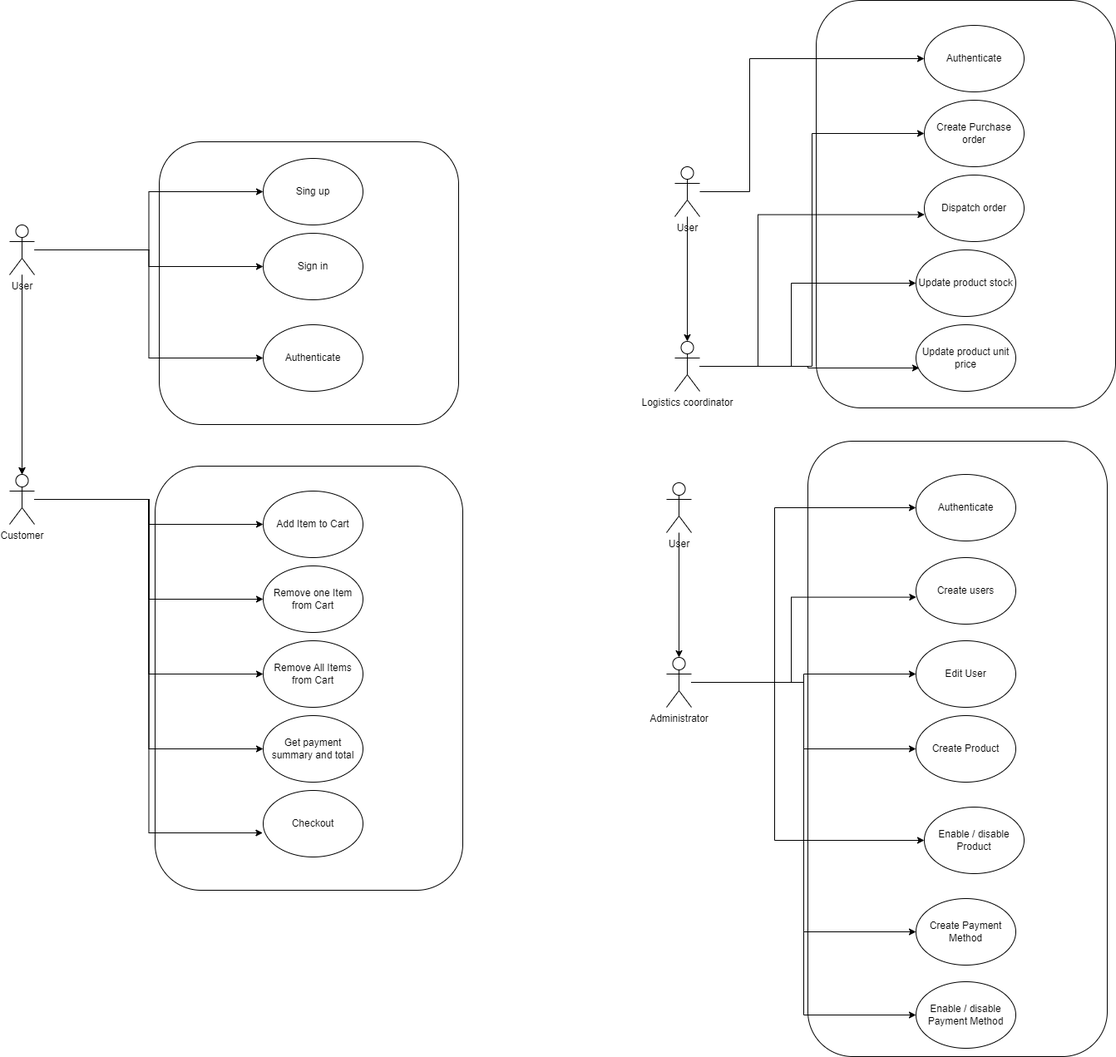
Above: src/main/resources/design/Shopping_cart_Actor.png in albertbolanoss/shopping-cart (draw.io), before the change. Source tidied: cells renumbered, new cells last; positions are measured from the earlier drawing's top-left corner, leaving out a move shared by most shapes.
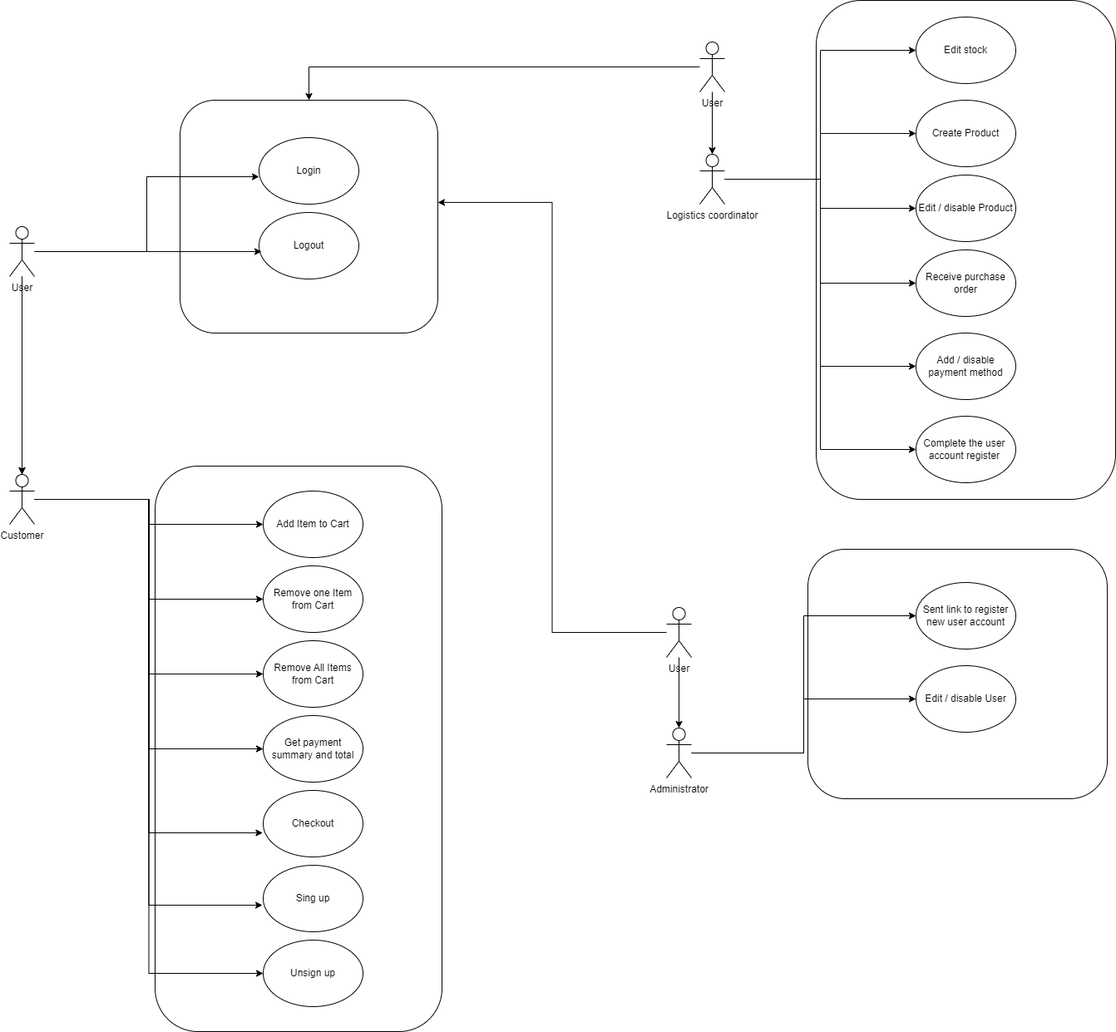
Later version of the same file.

Diff of the diagram source:
```diff
@@ -3,13 +3,13 @@
     <mxCell id="0" />
     <mxCell id="1" parent="0" />
     <mxCell id="2" style="rounded=1;whiteSpace=wrap;html=1;" parent="1" vertex="1">
-      <mxGeometry x="970" width="360" height="490" as="geometry" />
+      <mxGeometry x="970" width="360" height="600" as="geometry" />
     </mxCell>
     <mxCell id="3" style="rounded=1;whiteSpace=wrap;html=1;" parent="1" vertex="1">
-      <mxGeometry x="175" y="560" width="370" height="510" as="geometry" />
+      <mxGeometry x="175" y="560" width="345" height="680" as="geometry" />
     </mxCell>
     <mxCell id="4" style="rounded=1;whiteSpace=wrap;html=1;" parent="1" vertex="1">
-      <mxGeometry x="180" y="170" width="360" height="340" as="geometry" />
+      <mxGeometry x="205" y="120" width="310" height="280" as="geometry" />
     </mxCell>
     <mxCell id="5" style="edgeStyle=orthogonalEdgeStyle;rounded=0;jettySize=auto;html=1;" parent="1" edge="1" source="10" target="15">
       <mxGeometry relative="1" as="geometry" />
@@ -17,17 +17,8 @@
     <mxCell id="6" style="edgeStyle=orthogonalEdgeStyle;rounded=0;jettySize=auto;html=1;" parent="1" edge="1" source="10" target="15">
       <mxGeometry relative="1" as="geometry" />
     </mxCell>
-    <mxCell id="7" style="edgeStyle=orthogonalEdgeStyle;rounded=0;jettySize=auto;html=1;" parent="1" edge="1" source="10" target="16">
-      <mxGeometry relative="1" as="geometry" />
-    </mxCell>
-    <mxCell id="8" style="edgeStyle=orthogonalEdgeStyle;rounded=0;jettySize=auto;html=1;" parent="1" edge="1" source="10" target="17">
-      <mxGeometry relative="1" as="geometry" />
-    </mxCell>
-    <mxCell id="9" style="edgeStyle=orthogonalEdgeStyle;rounded=0;jettySize=auto;html=1;entryX=0;entryY=0.5;entryDx=0;entryDy=0;" parent="1" edge="1" source="10" target="18">
-      <mxGeometry relative="1" as="geometry" />
-    </mxCell>
     <mxCell id="10" value="User" style="shape=umlActor;verticalLabelPosition=bottom;verticalAlign=top;html=1;outlineConnect=0;" parent="1" vertex="1">
-      <mxGeometry y="270" width="30" height="60" as="geometry" />
+      <mxGeometry y="272" width="30" height="60" as="geometry" />
     </mxCell>
     <mxCell id="11" style="edgeStyle=orthogonalEdgeStyle;rounded=0;jettySize=auto;html=1;" parent="1" edge="1" source="15" target="19">
       <mxGeometry relative="1" as="geometry" />
@@ -41,18 +32,15 @@
     <mxCell id="14" style="edgeStyle=orthogonalEdgeStyle;rounded=0;jettySize=auto;html=1;entryX=0;entryY=0.5;entryDx=0;entryDy=0;" parent="1" edge="1" source="15" target="22">
       <mxGeometry relative="1" as="geometry" />
     </mxCell>
+    <mxCell id="56" style="edgeStyle=orthogonalEdgeStyle;rounded=0;jettySize=auto;html=1;entryX=0;entryY=0.5;entryDx=0;entryDy=0;" parent="1" edge="1" source="15" target="62">
+      <mxGeometry relative="1" as="geometry" />
+    </mxCell>
     <mxCell id="15" value="Customer&lt;div&gt;&lt;br&gt;&lt;/div&gt;" style="shape=umlActor;verticalLabelPosition=bottom;verticalAlign=top;html=1;outlineConnect=0;" parent="1" vertex="1">
       <mxGeometry y="570" width="30" height="60" as="geometry" />
     </mxCell>
     <mxCell id="16" value="Sing up" style="ellipse;whiteSpace=wrap;html=1;" parent="1" vertex="1">
-      <mxGeometry x="305" y="190" width="120" height="80" as="geometry" />
+      <mxGeometry x="305" y="1040" width="120" height="80" as="geometry" />
     </mxCell>
-    <mxCell id="17" value="Sign in" style="ellipse;whiteSpace=wrap;html=1;" parent="1" vertex="1">
-      <mxGeometry x="305" y="280" width="120" height="80" as="geometry" />
-    </mxCell>
-    <mxCell id="18" value="Authenticate" style="ellipse;whiteSpace=wrap;html=1;" parent="1" vertex="1">
-      <mxGeometry x="305" y="390" width="120" height="80" as="geometry" />
-    </mxCell>
     <mxCell id="19" value="Add Item to Cart" style="ellipse;whiteSpace=wrap;html=1;" parent="1" vertex="1">
       <mxGeometry x="305" y="590" width="120" height="80" as="geometry" />
     </mxCell>
@@ -74,125 +62,95 @@
     <mxCell id="25" style="edgeStyle=orthogonalEdgeStyle;rounded=0;jettySize=auto;html=1;" parent="1" edge="1" source="27" target="30">
       <mxGeometry relative="1" as="geometry" />
     </mxCell>
-    <mxCell id="26" style="edgeStyle=orthogonalEdgeStyle;rounded=0;jettySize=auto;html=1;entryX=0;entryY=0.5;entryDx=0;entryDy=0;" parent="1" edge="1" source="27" target="49">
-      <mxGeometry relative="1" as="geometry">
-        <Array as="points">
-          <mxPoint x="890" y="230" />
-          <mxPoint x="890" y="70" />
-        </Array>
-      </mxGeometry>
-    </mxCell>
+    <mxCell id="57" style="edgeStyle=orthogonalEdgeStyle;rounded=0;jettySize=auto;html=1;" parent="1" edge="1" source="27" target="4">
+      <mxGeometry relative="1" as="geometry" />
+    </mxCell>
     <mxCell id="27" value="User" style="shape=umlActor;verticalLabelPosition=bottom;verticalAlign=top;html=1;outlineConnect=0;" parent="1" vertex="1">
-      <mxGeometry x="800" y="200" width="30" height="60" as="geometry" />
+      <mxGeometry x="830" y="50" width="30" height="60" as="geometry" />
     </mxCell>
+    <mxCell id="33" style="edgeStyle=orthogonalEdgeStyle;rounded=0;jettySize=auto;html=1;entryX=0;entryY=0.5;entryDx=0;entryDy=0;" parent="1" edge="1" source="30" target="32">
+      <mxGeometry relative="1" as="geometry" />
+    </mxCell>
+    <mxCell id="58" style="edgeStyle=orthogonalEdgeStyle;rounded=0;jettySize=auto;html=1;entryX=0;entryY=0.5;entryDx=0;entryDy=0;" parent="1" edge="1" source="30" target="49">
+      <mxGeometry relative="1" as="geometry" />
+    </mxCell>
-    <mxCell id="28" style="edgeStyle=orthogonalEdgeStyle;rounded=0;jettySize=auto;html=1;entryX=0;entryY=0.5;entryDx=0;entryDy=0;" parent="1" edge="1" source="30" target="31">
+    <mxCell id="28" style="edgeStyle=orthogonalEdgeStyle;rounded=0;jettySize=auto;html=1;" parent="1" edge="1" source="30" target="31">
       <mxGeometry relative="1" as="geometry" />
     </mxCell>
     <mxCell id="29" style="edgeStyle=orthogonalEdgeStyle;rounded=0;jettySize=auto;html=1;entryX=0;entryY=0.5;entryDx=0;entryDy=0;" parent="1" edge="1" source="30" target="34">
-      <mxGeometry relative="1" as="geometry">
-        <Array as="points">
-          <mxPoint x="940" y="440" />
-          <mxPoint x="940" y="340" />
-        </Array>
-      </mxGeometry>
+      <mxGeometry relative="1" as="geometry" />
     </mxCell>
+    <mxCell id="59" style="edgeStyle=orthogonalEdgeStyle;rounded=0;jettySize=auto;html=1;entryX=0;entryY=0.5;entryDx=0;entryDy=0;" parent="1" edge="1" source="30" target="68">
+      <mxGeometry relative="1" as="geometry" />
+    </mxCell>
+    <mxCell id="60" style="edgeStyle=orthogonalEdgeStyle;rounded=0;jettySize=auto;html=1;entryX=0;entryY=0.5;entryDx=0;entryDy=0;" parent="1" edge="1" source="30" target="69">
+      <mxGeometry relative="1" as="geometry" />
+    </mxCell>
     <mxCell id="30" value="Logistics coordinator" style="shape=umlActor;verticalLabelPosition=bottom;verticalAlign=top;html=1;outlineConnect=0;" parent="1" vertex="1">
-      <mxGeometry x="800" y="410" width="30" height="60" as="geometry" />
+      <mxGeometry x="830" y="185" width="30" height="60" as="geometry" />
     </mxCell>
-    <mxCell id="31" value="Create Purchase order" style="ellipse;whiteSpace=wrap;html=1;" parent="1" vertex="1">
-      <mxGeometry x="1100" y="120" width="120" height="80" as="geometry" />
+    <mxCell id="31" value="Edit / disable Product" style="ellipse;whiteSpace=wrap;html=1;" parent="1" vertex="1">
+      <mxGeometry x="1090" y="210" width="120" height="80" as="geometry" />
     </mxCell>
-    <mxCell id="32" value="&lt;span style=&quot;text-wrap: nowrap;&quot;&gt;Dispatch order&lt;/span&gt;" style="ellipse;whiteSpace=wrap;html=1;" parent="1" vertex="1">
-      <mxGeometry x="1100" y="210" width="120" height="80" as="geometry" />
+    <mxCell id="32" value="&lt;span style=&quot;text-wrap: nowrap;&quot;&gt;Edit stock&lt;/span&gt;" style="ellipse;whiteSpace=wrap;html=1;" parent="1" vertex="1">
+      <mxGeometry x="1090" y="20" width="120" height="80" as="geometry" />
     </mxCell>
-    <mxCell id="33" style="edgeStyle=orthogonalEdgeStyle;rounded=0;jettySize=auto;html=1;entryX=0.003;entryY=0.595;entryDx=0;entryDy=0;entryPerimeter=0;" parent="1" edge="1" source="30" target="32">
-      <mxGeometry relative="1" as="geometry">
-        <Array as="points">
-          <mxPoint x="900" y="440" />
-          <mxPoint x="900" y="258" />
-        </Array>
-      </mxGeometry>
-    </mxCell>
-    <mxCell id="34" value="Update product stock" style="ellipse;whiteSpace=wrap;html=1;" parent="1" vertex="1">
+    <mxCell id="34" value="Receive purchase order" style="ellipse;whiteSpace=wrap;html=1;" parent="1" vertex="1">
       <mxGeometry x="1090" y="300" width="120" height="80" as="geometry" />
     </mxCell>
     <mxCell id="35" style="rounded=1;whiteSpace=wrap;html=1;" parent="1" vertex="1">
-      <mxGeometry x="960" y="530" width="360" height="740" as="geometry" />
+      <mxGeometry x="960" y="660" width="360" height="300" as="geometry" />
     </mxCell>
     <mxCell id="36" style="edgeStyle=orthogonalEdgeStyle;rounded=0;jettySize=auto;html=1;" parent="1" edge="1" source="37" target="44">
       <mxGeometry relative="1" as="geometry" />
     </mxCell>
     <mxCell id="37" value="User" style="shape=umlActor;verticalLabelPosition=bottom;verticalAlign=top;html=1;outlineConnect=0;" parent="1" vertex="1">
-      <mxGeometry x="790" y="580" width="30" height="60" as="geometry" />
+      <mxGeometry x="790" y="730" width="30" height="60" as="geometry" />
     </mxCell>
-    <mxCell id="38" style="edgeStyle=orthogonalEdgeStyle;rounded=0;jettySize=auto;html=1;entryX=0;entryY=0.5;entryDx=0;entryDy=0;" parent="1" edge="1" source="44" target="45">
-      <mxGeometry relative="1" as="geometry">
-        <Array as="points">
-          <mxPoint x="920" y="820" />
-          <mxPoint x="920" y="610" />
-        </Array>
-      </mxGeometry>
-    </mxCell>
+    <mxCell id="47" style="edgeStyle=orthogonalEdgeStyle;rounded=0;jettySize=auto;html=1;entryX=0;entryY=0.5;entryDx=0;entryDy=0;" parent="1" edge="1" source="44" target="46">
+      <mxGeometry relative="1" as="geometry" />
+    </mxCell>
-    <mxCell id="39" style="edgeStyle=orthogonalEdgeStyle;rounded=0;jettySize=auto;html=1;entryX=0;entryY=0.5;entryDx=0;entryDy=0;" parent="1" edge="1" source="44" target="48">
+    <mxCell id="39" style="edgeStyle=orthogonalEdgeStyle;rounded=0;jettySize=auto;html=1;" parent="1" edge="1" source="44" target="48">
       <mxGeometry relative="1" as="geometry" />
     </mxCell>
-    <mxCell id="40" style="edgeStyle=orthogonalEdgeStyle;rounded=0;jettySize=auto;html=1;entryX=0;entryY=0.5;entryDx=0;entryDy=0;" parent="1" edge="1" source="44" target="53">
-      <mxGeometry relative="1" as="geometry">
-        <Array as="points">
-          <mxPoint x="920" y="820" />
-          <mxPoint x="920" y="1010" />
-        </Array>
-      </mxGeometry>
-    </mxCell>
-    <mxCell id="41" style="edgeStyle=orthogonalEdgeStyle;rounded=0;jettySize=auto;html=1;entryX=0;entryY=0.5;entryDx=0;entryDy=0;" parent="1" edge="1" source="44" target="52">
-      <mxGeometry relative="1" as="geometry" />
-    </mxCell>
-    <mxCell id="42" style="edgeStyle=orthogonalEdgeStyle;rounded=0;jettySize=auto;html=1;entryX=0;entryY=0.5;entryDx=0;entryDy=0;" parent="1" edge="1" source="44" target="54">
-      <mxGeometry relative="1" as="geometry" />
-    </mxCell>
-    <mxCell id="43" style="edgeStyle=orthogonalEdgeStyle;rounded=0;jettySize=auto;html=1;entryX=0;entryY=0.5;entryDx=0;entryDy=0;" parent="1" edge="1" source="44" target="55">
-      <mxGeometry relative="1" as="geometry" />
-    </mxCell>
     <mxCell id="44" value="Administrator" style="shape=umlActor;verticalLabelPosition=bottom;verticalAlign=top;html=1;outlineConnect=0;" parent="1" vertex="1">
-      <mxGeometry x="790" y="790" width="30" height="60" as="geometry" />
+      <mxGeometry x="790" y="875" width="30" height="60" as="geometry" />
     </mxCell>
-    <mxCell id="45" value="Authenticate" style="ellipse;whiteSpace=wrap;html=1;" parent="1" vertex="1">
-      <mxGeometry x="1090" y="570" width="120" height="80" as="geometry" />
-    </mxCell>
-    <mxCell id="46" value="Create users" style="ellipse;whiteSpace=wrap;html=1;" parent="1" vertex="1">
-      <mxGeometry x="1090" y="670" width="120" height="80" as="geometry" />
+    <mxCell id="46" value="Sent link to register new user account" style="ellipse;whiteSpace=wrap;html=1;" parent="1" vertex="1">
+      <mxGeometry x="1090" y="700" width="120" height="80" as="geometry" />
     </mxCell>
-    <mxCell id="47" style="edgeStyle=orthogonalEdgeStyle;rounded=0;jettySize=auto;html=1;entryX=0.003;entryY=0.595;entryDx=0;entryDy=0;entryPerimeter=0;" parent="1" edge="1" source="44" target="46">
-      <mxGeometry relative="1" as="geometry">
-        <Array as="points">
-          <mxPoint x="940" y="820" />
-          <mxPoint x="940" y="718" />
-        </Array>
-      </mxGeometry>
-    </mxCell>
-    <mxCell id="48" value="Edit User" style="ellipse;whiteSpace=wrap;html=1;" parent="1" vertex="1">
-      <mxGeometry x="1090" y="770" width="120" height="80" as="geometry" />
+    <mxCell id="48" value="Edit / disable User" style="ellipse;whiteSpace=wrap;html=1;" parent="1" vertex="1">
+      <mxGeometry x="1090" y="800" width="120" height="80" as="geometry" />
     </mxCell>
-    <mxCell id="49" value="Authenticate" style="ellipse;whiteSpace=wrap;html=1;" parent="1" vertex="1">
-      <mxGeometry x="1100" y="30" width="120" height="80" as="geometry" />
+    <mxCell id="49" value="Create Product" style="ellipse;whiteSpace=wrap;html=1;" parent="1" vertex="1">
+      <mxGeometry x="1090" y="120" width="120" height="80" as="geometry" />
     </mxCell>
-    <mxCell id="50" value="Update product unit price" style="ellipse;whiteSpace=wrap;html=1;" parent="1" vertex="1">
-      <mxGeometry x="1090" y="390" width="120" height="80" as="geometry" />
-    </mxCell>
-    <mxCell id="51" style="edgeStyle=orthogonalEdgeStyle;rounded=0;jettySize=auto;html=1;entryX=0.033;entryY=0.65;entryDx=0;entryDy=0;entryPerimeter=0;" parent="1" edge="1" source="30" target="50">
-      <mxGeometry relative="1" as="geometry" />
-    </mxCell>
-    <mxCell id="52" value="Create Product" style="ellipse;whiteSpace=wrap;html=1;" parent="1" vertex="1">
-      <mxGeometry x="1090" y="860" width="120" height="80" as="geometry" />
-    </mxCell>
-    <mxCell id="53" value="Enable / disable Product" style="ellipse;whiteSpace=wrap;html=1;" parent="1" vertex="1">
-      <mxGeometry x="1100" y="970" width="120" height="80" as="geometry" />
-    </mxCell>
-    <mxCell id="54" value="Create Payment Method" style="ellipse;whiteSpace=wrap;html=1;" parent="1" vertex="1">
-      <mxGeometry x="1090" y="1080" width="120" height="80" as="geometry" />
-    </mxCell>
-    <mxCell id="55" value="Enable / disable Payment Method" style="ellipse;whiteSpace=wrap;html=1;" parent="1" vertex="1">
-      <mxGeometry x="1090" y="1180" width="120" height="80" as="geometry" />
-    </mxCell>
+    <mxCell id="61" style="edgeStyle=orthogonalEdgeStyle;rounded=0;jettySize=auto;html=1;entryX=-0.008;entryY=0.6;entryDx=0;entryDy=0;entryPerimeter=0;" parent="1" edge="1" source="15" target="16">
+      <mxGeometry relative="1" as="geometry" />
+    </mxCell>
+    <mxCell id="62" value="Unsign up" style="ellipse;whiteSpace=wrap;html=1;" parent="1" vertex="1">
+      <mxGeometry x="305" y="1130" width="120" height="80" as="geometry" />
+    </mxCell>
+    <mxCell id="63" value="Login" style="ellipse;whiteSpace=wrap;html=1;" parent="1" vertex="1">
+      <mxGeometry x="300" y="165" width="120" height="80" as="geometry" />
+    </mxCell>
+    <mxCell id="64" value="Logout" style="ellipse;whiteSpace=wrap;html=1;" parent="1" vertex="1">
+      <mxGeometry x="300" y="255" width="120" height="80" as="geometry" />
+    </mxCell>
+    <mxCell id="65" style="edgeStyle=orthogonalEdgeStyle;rounded=0;jettySize=auto;html=1;entryX=0;entryY=0.588;entryDx=0;entryDy=0;entryPerimeter=0;" parent="1" edge="1" source="10" target="63">
+      <mxGeometry relative="1" as="geometry" />
+    </mxCell>
+    <mxCell id="66" style="edgeStyle=orthogonalEdgeStyle;rounded=0;jettySize=auto;html=1;entryX=0.025;entryY=0.588;entryDx=0;entryDy=0;entryPerimeter=0;" parent="1" edge="1" source="10" target="64">
+      <mxGeometry relative="1" as="geometry" />
+    </mxCell>
+    <mxCell id="67" style="edgeStyle=orthogonalEdgeStyle;rounded=0;jettySize=auto;html=1;entryX=1;entryY=0.439;entryDx=0;entryDy=0;entryPerimeter=0;" parent="1" edge="1" source="37" target="4">
+      <mxGeometry relative="1" as="geometry" />
+    </mxCell>
+    <mxCell id="68" value="Add / disable payment method" style="ellipse;whiteSpace=wrap;html=1;" parent="1" vertex="1">
+      <mxGeometry x="1090" y="400" width="120" height="80" as="geometry" />
+    </mxCell>
+    <mxCell id="69" value="Complete the user&amp;nbsp; account register&amp;nbsp;" style="ellipse;whiteSpace=wrap;html=1;" parent="1" vertex="1">
+      <mxGeometry x="1090" y="500" width="120" height="80" as="geometry" />
+    </mxCell>
   </root>
 </mxGraphModel>
```
